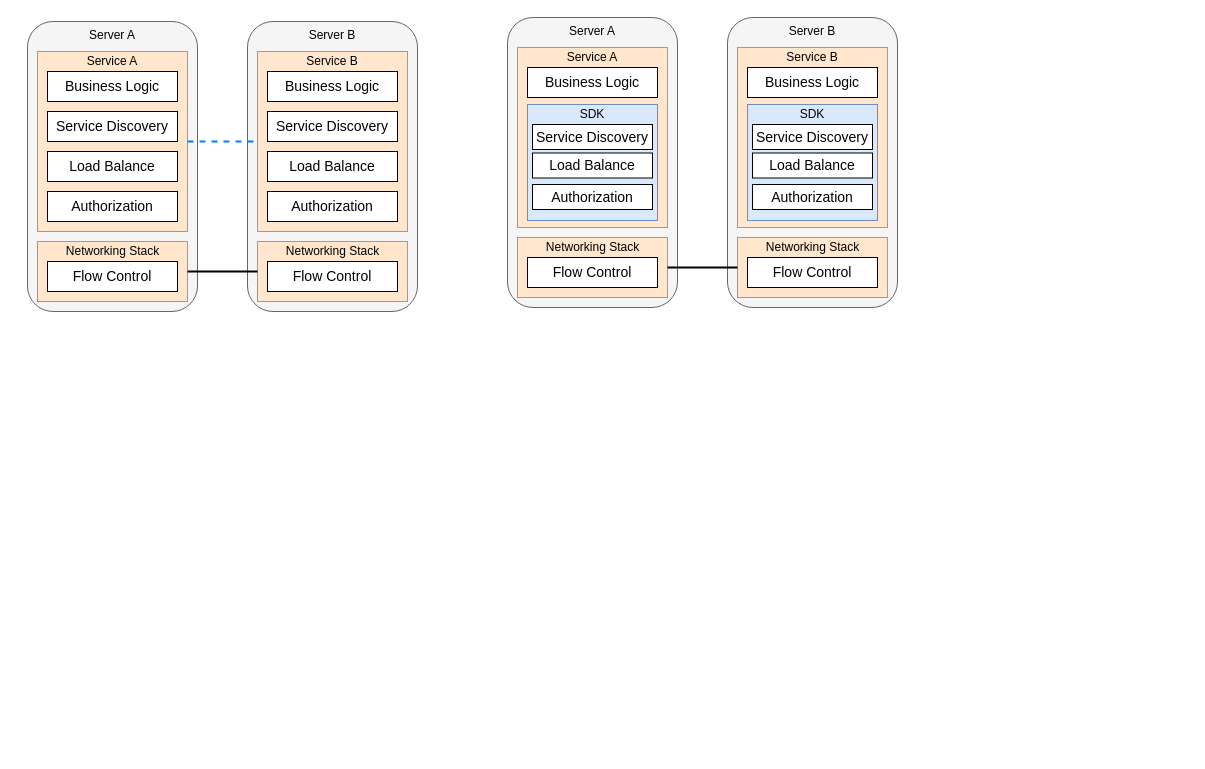
wehyy/my-world keeps this draw.io diagram as page "Page-1" (1 of 5) of service-mesh.drawio. Above is the earlier version. Source tidied: cells renumbered, new cells numbered last; positions are measured from the earlier drawing's top-left corner, leaving out a move shared by most shapes. Both pictures are drawn from the tidied source at 100%, with x=0, y=0 at pixel (27, 17).
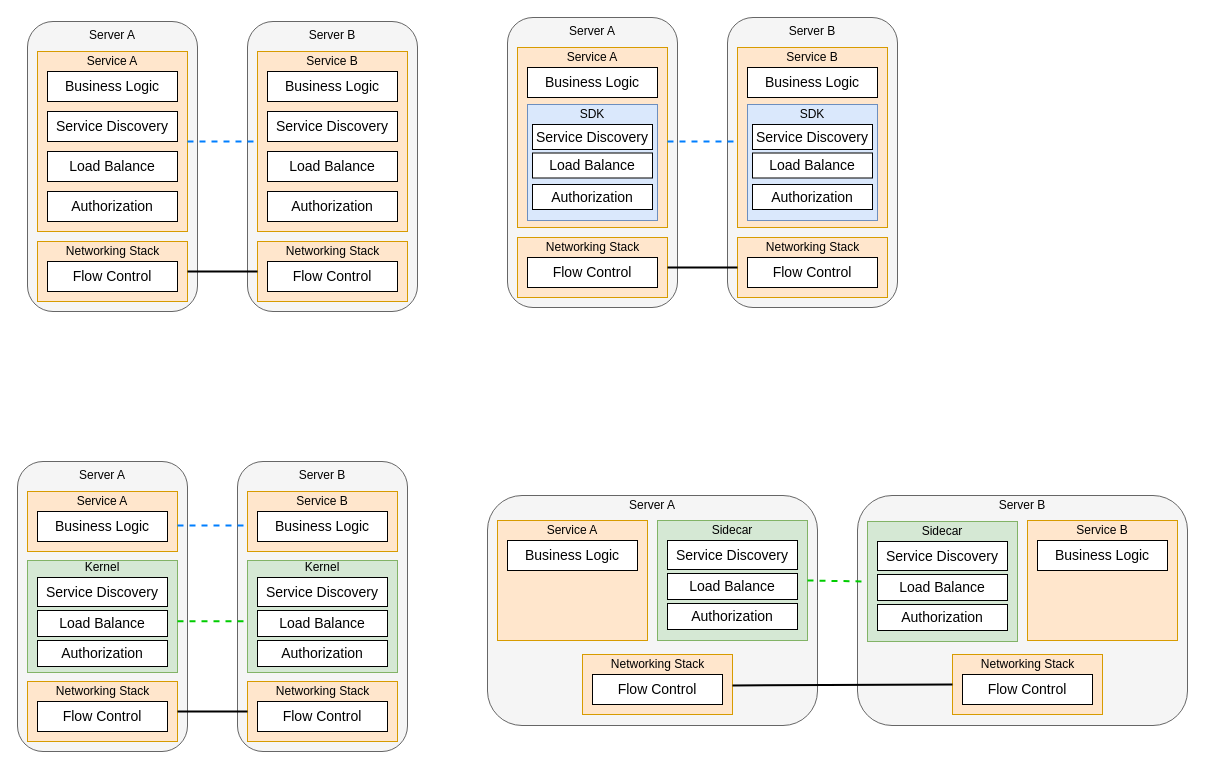
After the change.

The edit, as a diff of the source:
```diff
@@
+    <mxCell id="61" style="endArrow=none;dashed=1;html=1;rounded=0;entryX=0;entryY=0.5;entryDx=0;entryDy=0;exitX=1;exitY=0.5;exitDx=0;exitDy=0;strokeColor=#007FFF;strokeWidth=2;" parent="1" edge="1">
+      <mxGeometry relative="1" as="geometry">
+        <mxPoint x="640" y="124" as="sourcePoint" />
+        <mxPoint x="710" y="124" as="targetPoint" />
+      </mxGeometry>
+    </mxCell>
+    <mxCell id="62" style="group;" parent="1" vertex="1">
+      <mxGeometry y="474" width="160" height="260" as="geometry" />
+    </mxCell>
+    <mxCell id="63" style="rounded=1;whiteSpace=wrap;html=1;fillColor=#f5f5f5;fontColor=#333333;strokeColor=#666666;glass=0;" parent="62" vertex="1">
+      <mxGeometry x="-10" y="-30" width="170" height="290" as="geometry" />
+    </mxCell>
+    <mxCell id="64" style="rounded=0;whiteSpace=wrap;html=1;fillColor=#ffe6cc;strokeColor=#d79b00;" parent="62" vertex="1">
+      <mxGeometry width="150" height="60" as="geometry" />
+    </mxCell>
+    <mxCell id="65" value="&lt;font style=&quot;font-size: 14px;&quot;&gt;Business Logic&lt;/font&gt;" style="rounded=0;whiteSpace=wrap;html=1;" parent="62" vertex="1">
+      <mxGeometry x="10" y="20" width="130" height="30" as="geometry" />
+    </mxCell>
+    <mxCell id="66" value="Service A" style="text;html=1;strokeColor=none;fillColor=none;align=center;verticalAlign=middle;whiteSpace=wrap;rounded=0;" parent="62" vertex="1">
+      <mxGeometry x="45" width="60" height="20" as="geometry" />
+    </mxCell>
+    <mxCell id="67" style="rounded=0;whiteSpace=wrap;html=1;fillColor=#d5e8d4;strokeColor=#82b366;" parent="62" vertex="1">
+      <mxGeometry y="69" width="150" height="112" as="geometry" />
+    </mxCell>
+    <mxCell id="68" value="Kernel" style="text;html=1;strokeColor=none;fillColor=none;align=center;verticalAlign=middle;whiteSpace=wrap;rounded=0;" parent="62" vertex="1">
+      <mxGeometry x="45" y="65" width="60" height="21" as="geometry" />
+    </mxCell>
+    <mxCell id="69" value="&lt;font style=&quot;font-size: 14px;&quot;&gt;Service Discovery&lt;/font&gt;" style="rounded=0;whiteSpace=wrap;html=1;" parent="62" vertex="1">
+      <mxGeometry x="10" y="86" width="130" height="29" as="geometry" />
+    </mxCell>
+    <mxCell id="70" value="&lt;font style=&quot;font-size: 14px;&quot;&gt;Load Balance&lt;/font&gt;" style="rounded=0;whiteSpace=wrap;html=1;" parent="62" vertex="1">
+      <mxGeometry x="10" y="119" width="130" height="26" as="geometry" />
+    </mxCell>
+    <mxCell id="71" value="&lt;font style=&quot;font-size: 14px;&quot;&gt;Authorization&lt;/font&gt;" style="rounded=0;whiteSpace=wrap;html=1;" parent="62" vertex="1">
+      <mxGeometry x="10" y="149" width="130" height="26" as="geometry" />
+    </mxCell>
+    <mxCell id="72" style="group;" parent="1" vertex="1">
+      <mxGeometry y="664" width="150" height="60" as="geometry" />
+    </mxCell>
+    <mxCell id="73" style="rounded=0;whiteSpace=wrap;html=1;fillColor=#ffe6cc;strokeColor=#d79b00;" parent="72" vertex="1">
+      <mxGeometry width="150" height="60" as="geometry" />
+    </mxCell>
+    <mxCell id="74" value="Networking Stack" style="text;html=1;strokeColor=none;fillColor=none;align=center;verticalAlign=middle;whiteSpace=wrap;rounded=0;" parent="72" vertex="1">
+      <mxGeometry x="22.5" width="105" height="20" as="geometry" />
+    </mxCell>
+    <mxCell id="75" value="&lt;span style=&quot;font-size: 14px;&quot;&gt;Flow Control&lt;/span&gt;" style="rounded=0;whiteSpace=wrap;html=1;" parent="72" vertex="1">
+      <mxGeometry x="10" y="20" width="130" height="30" as="geometry" />
+    </mxCell>
+    <mxCell id="76" value="Server A" style="text;html=1;strokeColor=none;fillColor=none;align=center;verticalAlign=middle;whiteSpace=wrap;rounded=0;" parent="1" vertex="1">
+      <mxGeometry x="45" y="448" width="60" height="20" as="geometry" />
+    </mxCell>
+    <mxCell id="77" style="group;" parent="1" vertex="1">
+      <mxGeometry x="220" y="474" width="160" height="260" as="geometry" />
+    </mxCell>
+    <mxCell id="78" style="rounded=1;whiteSpace=wrap;html=1;fillColor=#f5f5f5;fontColor=#333333;strokeColor=#666666;glass=0;" parent="77" vertex="1">
+      <mxGeometry x="-10" y="-30" width="170" height="290" as="geometry" />
+    </mxCell>
+    <mxCell id="79" style="rounded=0;whiteSpace=wrap;html=1;fillColor=#ffe6cc;strokeColor=#d79b00;" parent="77" vertex="1">
+      <mxGeometry width="150" height="60" as="geometry" />
+    </mxCell>
+    <mxCell id="80" value="&lt;font style=&quot;font-size: 14px;&quot;&gt;Business Logic&lt;/font&gt;" style="rounded=0;whiteSpace=wrap;html=1;" parent="77" vertex="1">
+      <mxGeometry x="10" y="20" width="130" height="30" as="geometry" />
+    </mxCell>
+    <mxCell id="81" value="Service B" style="text;html=1;strokeColor=none;fillColor=none;align=center;verticalAlign=middle;whiteSpace=wrap;rounded=0;" parent="77" vertex="1">
+      <mxGeometry x="45" width="60" height="20" as="geometry" />
+    </mxCell>
+    <mxCell id="82" style="rounded=0;whiteSpace=wrap;html=1;fillColor=#d5e8d4;strokeColor=#82b366;" parent="77" vertex="1">
+      <mxGeometry y="69" width="150" height="112" as="geometry" />
+    </mxCell>
+    <mxCell id="83" value="Kernel" style="text;html=1;strokeColor=none;fillColor=none;align=center;verticalAlign=middle;whiteSpace=wrap;rounded=0;" parent="77" vertex="1">
+      <mxGeometry x="45" y="65" width="60" height="21" as="geometry" />
+    </mxCell>
+    <mxCell id="84" value="&lt;font style=&quot;font-size: 14px;&quot;&gt;Service Discovery&lt;/font&gt;" style="rounded=0;whiteSpace=wrap;html=1;" parent="77" vertex="1">
+      <mxGeometry x="10" y="86" width="130" height="29" as="geometry" />
+    </mxCell>
+    <mxCell id="85" value="&lt;font style=&quot;font-size: 14px;&quot;&gt;Load Balance&lt;/font&gt;" style="rounded=0;whiteSpace=wrap;html=1;" parent="77" vertex="1">
+      <mxGeometry x="10" y="119" width="130" height="26" as="geometry" />
+    </mxCell>
+    <mxCell id="86" value="&lt;font style=&quot;font-size: 14px;&quot;&gt;Authorization&lt;/font&gt;" style="rounded=0;whiteSpace=wrap;html=1;" parent="77" vertex="1">
+      <mxGeometry x="10" y="149" width="130" height="26" as="geometry" />
+    </mxCell>
+    <mxCell id="87" style="group;" parent="1" vertex="1">
+      <mxGeometry x="220" y="664" width="150" height="60" as="geometry" />
+    </mxCell>
+    <mxCell id="88" style="rounded=0;whiteSpace=wrap;html=1;fillColor=#ffe6cc;strokeColor=#d79b00;" parent="87" vertex="1">
+      <mxGeometry width="150" height="60" as="geometry" />
+    </mxCell>
+    <mxCell id="89" value="Networking Stack" style="text;html=1;strokeColor=none;fillColor=none;align=center;verticalAlign=middle;whiteSpace=wrap;rounded=0;" parent="87" vertex="1">
+      <mxGeometry x="22.5" width="105" height="20" as="geometry" />
+    </mxCell>
+    <mxCell id="90" value="&lt;span style=&quot;font-size: 14px;&quot;&gt;Flow Control&lt;/span&gt;" style="rounded=0;whiteSpace=wrap;html=1;" parent="87" vertex="1">
+      <mxGeometry x="10" y="20" width="130" height="30" as="geometry" />
+    </mxCell>
+    <mxCell id="91" value="Server B" style="text;html=1;strokeColor=none;fillColor=none;align=center;verticalAlign=middle;whiteSpace=wrap;rounded=0;" parent="1" vertex="1">
+      <mxGeometry x="265" y="448" width="60" height="20" as="geometry" />
+    </mxCell>
+    <mxCell id="92" style="endArrow=none;html=1;rounded=0;entryX=0;entryY=0.5;entryDx=0;entryDy=0;strokeWidth=2;" parent="1" edge="1" target="88">
+      <mxGeometry relative="1" as="geometry">
+        <mxPoint x="150" y="694" as="sourcePoint" />
+      </mxGeometry>
+    </mxCell>
+    <mxCell id="93" style="endArrow=none;dashed=1;html=1;rounded=0;entryX=0;entryY=0.5;entryDx=0;entryDy=0;exitX=1;exitY=0.5;exitDx=0;exitDy=0;strokeColor=#007FFF;strokeWidth=2;" parent="1" edge="1">
+      <mxGeometry relative="1" as="geometry">
+        <mxPoint x="150" y="508" as="sourcePoint" />
+        <mxPoint x="220" y="508" as="targetPoint" />
+      </mxGeometry>
+    </mxCell>
+    <mxCell id="94" style="endArrow=none;dashed=1;html=1;rounded=0;entryX=0;entryY=0.5;entryDx=0;entryDy=0;exitX=1;exitY=0.5;exitDx=0;exitDy=0;strokeColor=#00CC00;strokeWidth=2;" parent="1" edge="1">
+      <mxGeometry relative="1" as="geometry">
+        <mxPoint x="150" y="603.8" as="sourcePoint" />
+        <mxPoint x="220" y="603.8" as="targetPoint" />
+      </mxGeometry>
+    </mxCell>
+    <mxCell id="95" style="rounded=1;whiteSpace=wrap;html=1;fillColor=#f5f5f5;fontColor=#333333;strokeColor=#666666;glass=0;" parent="1" vertex="1">
+      <mxGeometry x="460" y="478" width="330" height="230" as="geometry" />
+    </mxCell>
+    <mxCell id="96" style="rounded=0;whiteSpace=wrap;html=1;fillColor=#ffe6cc;strokeColor=#d79b00;" parent="1" vertex="1">
+      <mxGeometry x="470" y="503" width="150" height="120" as="geometry" />
+    </mxCell>
+    <mxCell id="97" value="&lt;font style=&quot;font-size: 14px;&quot;&gt;Business Logic&lt;/font&gt;" style="rounded=0;whiteSpace=wrap;html=1;" parent="1" vertex="1">
+      <mxGeometry x="480" y="523" width="130" height="30" as="geometry" />
+    </mxCell>
+    <mxCell id="98" value="Service A" style="text;html=1;strokeColor=none;fillColor=none;align=center;verticalAlign=middle;whiteSpace=wrap;rounded=0;" parent="1" vertex="1">
+      <mxGeometry x="515" y="503" width="60" height="20" as="geometry" />
+    </mxCell>
+    <mxCell id="99" style="rounded=0;whiteSpace=wrap;html=1;fillColor=#d5e8d4;strokeColor=#82b366;" parent="1" vertex="1">
+      <mxGeometry x="630" y="503" width="150" height="120" as="geometry" />
+    </mxCell>
+    <mxCell id="100" value="Sidecar" style="text;html=1;strokeColor=none;fillColor=none;align=center;verticalAlign=middle;whiteSpace=wrap;rounded=0;" parent="1" vertex="1">
+      <mxGeometry x="675" y="502" width="60" height="21" as="geometry" />
+    </mxCell>
+    <mxCell id="101" value="&lt;font style=&quot;font-size: 14px;&quot;&gt;Service Discovery&lt;/font&gt;" style="rounded=0;whiteSpace=wrap;html=1;" parent="1" vertex="1">
+      <mxGeometry x="640" y="523" width="130" height="29" as="geometry" />
+    </mxCell>
+    <mxCell id="102" value="&lt;font style=&quot;font-size: 14px;&quot;&gt;Load Balance&lt;/font&gt;" style="rounded=0;whiteSpace=wrap;html=1;" parent="1" vertex="1">
+      <mxGeometry x="640" y="556" width="130" height="26" as="geometry" />
+    </mxCell>
+    <mxCell id="103" value="&lt;font style=&quot;font-size: 14px;&quot;&gt;Authorization&lt;/font&gt;" style="rounded=0;whiteSpace=wrap;html=1;" parent="1" vertex="1">
+      <mxGeometry x="640" y="586" width="130" height="26" as="geometry" />
+    </mxCell>
+    <mxCell id="104" style="group;" parent="1" vertex="1">
+      <mxGeometry x="555" y="637" width="150" height="60" as="geometry" />
+    </mxCell>
+    <mxCell id="105" style="rounded=0;whiteSpace=wrap;html=1;fillColor=#ffe6cc;strokeColor=#d79b00;" parent="104" vertex="1">
+      <mxGeometry width="150" height="60" as="geometry" />
+    </mxCell>
+    <mxCell id="106" value="Networking Stack" style="text;html=1;strokeColor=none;fillColor=none;align=center;verticalAlign=middle;whiteSpace=wrap;rounded=0;" parent="104" vertex="1">
+      <mxGeometry x="22.5" width="105" height="20" as="geometry" />
+    </mxCell>
+    <mxCell id="107" value="&lt;span style=&quot;font-size: 14px;&quot;&gt;Flow Control&lt;/span&gt;" style="rounded=0;whiteSpace=wrap;html=1;" parent="104" vertex="1">
+      <mxGeometry x="10" y="20" width="130" height="30" as="geometry" />
+    </mxCell>
+    <mxCell id="108" value="Server A" style="text;html=1;strokeColor=none;fillColor=none;align=center;verticalAlign=middle;whiteSpace=wrap;rounded=0;" parent="1" vertex="1">
+      <mxGeometry x="595" y="478" width="60" height="20" as="geometry" />
+    </mxCell>
+    <mxCell id="109" style="rounded=1;whiteSpace=wrap;html=1;fillColor=#f5f5f5;fontColor=#333333;strokeColor=#666666;glass=0;" parent="1" vertex="1">
+      <mxGeometry x="830" y="478" width="330" height="230" as="geometry" />
+    </mxCell>
+    <mxCell id="110" style="rounded=0;whiteSpace=wrap;html=1;fillColor=#ffe6cc;strokeColor=#d79b00;" parent="1" vertex="1">
+      <mxGeometry x="1000" y="503" width="150" height="120" as="geometry" />
+    </mxCell>
+    <mxCell id="111" value="&lt;font style=&quot;font-size: 14px;&quot;&gt;Business Logic&lt;/font&gt;" style="rounded=0;whiteSpace=wrap;html=1;" parent="1" vertex="1">
+      <mxGeometry x="1010" y="523" width="130" height="30" as="geometry" />
+    </mxCell>
+    <mxCell id="112" value="Service B" style="text;html=1;strokeColor=none;fillColor=none;align=center;verticalAlign=middle;whiteSpace=wrap;rounded=0;" parent="1" vertex="1">
+      <mxGeometry x="1045" y="503" width="60" height="20" as="geometry" />
+    </mxCell>
+    <mxCell id="113" style="rounded=0;whiteSpace=wrap;html=1;fillColor=#d5e8d4;strokeColor=#82b366;" parent="1" vertex="1">
+      <mxGeometry x="840" y="504" width="150" height="120" as="geometry" />
+    </mxCell>
+    <mxCell id="114" value="Sidecar" style="text;html=1;strokeColor=none;fillColor=none;align=center;verticalAlign=middle;whiteSpace=wrap;rounded=0;" parent="1" vertex="1">
+      <mxGeometry x="885" y="503" width="60" height="21" as="geometry" />
+    </mxCell>
+    <mxCell id="115" value="&lt;font style=&quot;font-size: 14px;&quot;&gt;Service Discovery&lt;/font&gt;" style="rounded=0;whiteSpace=wrap;html=1;" parent="1" vertex="1">
+      <mxGeometry x="850" y="524" width="130" height="29" as="geometry" />
+    </mxCell>
+    <mxCell id="116" value="&lt;font style=&quot;font-size: 14px;&quot;&gt;Load Balance&lt;/font&gt;" style="rounded=0;whiteSpace=wrap;html=1;" parent="1" vertex="1">
+      <mxGeometry x="850" y="557" width="130" height="26" as="geometry" />
+    </mxCell>
+    <mxCell id="117" value="&lt;font style=&quot;font-size: 14px;&quot;&gt;Authorization&lt;/font&gt;" style="rounded=0;whiteSpace=wrap;html=1;" parent="1" vertex="1">
+      <mxGeometry x="850" y="587" width="130" height="26" as="geometry" />
+    </mxCell>
+    <mxCell id="118" style="group;" parent="1" vertex="1">
+      <mxGeometry x="925" y="637" width="150" height="60" as="geometry" />
+    </mxCell>
+    <mxCell id="119" style="rounded=0;whiteSpace=wrap;html=1;fillColor=#ffe6cc;strokeColor=#d79b00;" parent="118" vertex="1">
+      <mxGeometry width="150" height="60" as="geometry" />
+    </mxCell>
+    <mxCell id="120" value="Networking Stack" style="text;html=1;strokeColor=none;fillColor=none;align=center;verticalAlign=middle;whiteSpace=wrap;rounded=0;" parent="118" vertex="1">
+      <mxGeometry x="22.5" width="105" height="20" as="geometry" />
+    </mxCell>
+    <mxCell id="121" value="&lt;span style=&quot;font-size: 14px;&quot;&gt;Flow Control&lt;/span&gt;" style="rounded=0;whiteSpace=wrap;html=1;" parent="118" vertex="1">
+      <mxGeometry x="10" y="20" width="130" height="30" as="geometry" />
+    </mxCell>
+    <mxCell id="122" value="Server B" style="text;html=1;strokeColor=none;fillColor=none;align=center;verticalAlign=middle;whiteSpace=wrap;rounded=0;" parent="1" vertex="1">
+      <mxGeometry x="965" y="478" width="60" height="20" as="geometry" />
+    </mxCell>
+    <mxCell id="123" style="endArrow=none;html=1;rounded=0;entryX=0;entryY=0.5;entryDx=0;entryDy=0;strokeWidth=2;" parent="1" edge="1" target="119">
+      <mxGeometry relative="1" as="geometry">
+        <mxPoint x="705" y="668" as="sourcePoint" />
+      </mxGeometry>
+    </mxCell>
+    <mxCell id="124" style="endArrow=none;dashed=1;html=1;rounded=0;entryX=0;entryY=0.5;entryDx=0;entryDy=0;exitX=1;exitY=0.5;exitDx=0;exitDy=0;strokeColor=#00CC00;strokeWidth=2;" parent="1" edge="1" source="99" target="113">
+      <mxGeometry relative="1" as="geometry" />
+    </mxCell>
```
